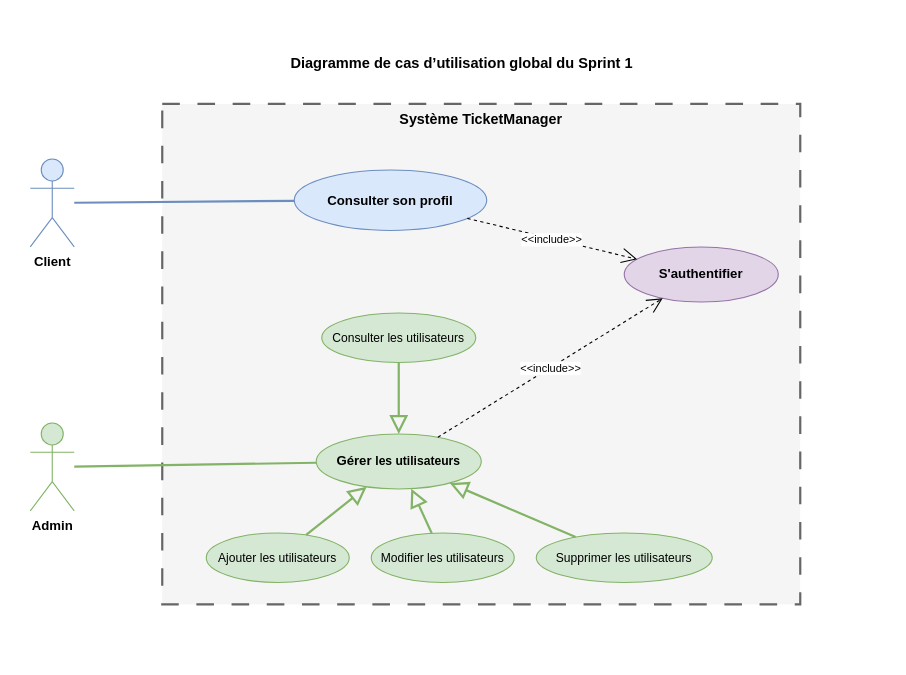
Before: docs/diagrammes/cas-utilisation-l1-cs1.drawio in amelbenhazem/TicketManager, a draw.io diagram. Source tidied: cells renumbered, new cells numbered last; positions are measured from the earlier drawing's top-left corner, leaving out a move shared by most shapes. Both pictures are drawn from the tidied source at 110%, with x=0, y=0 at pixel (19, 18).
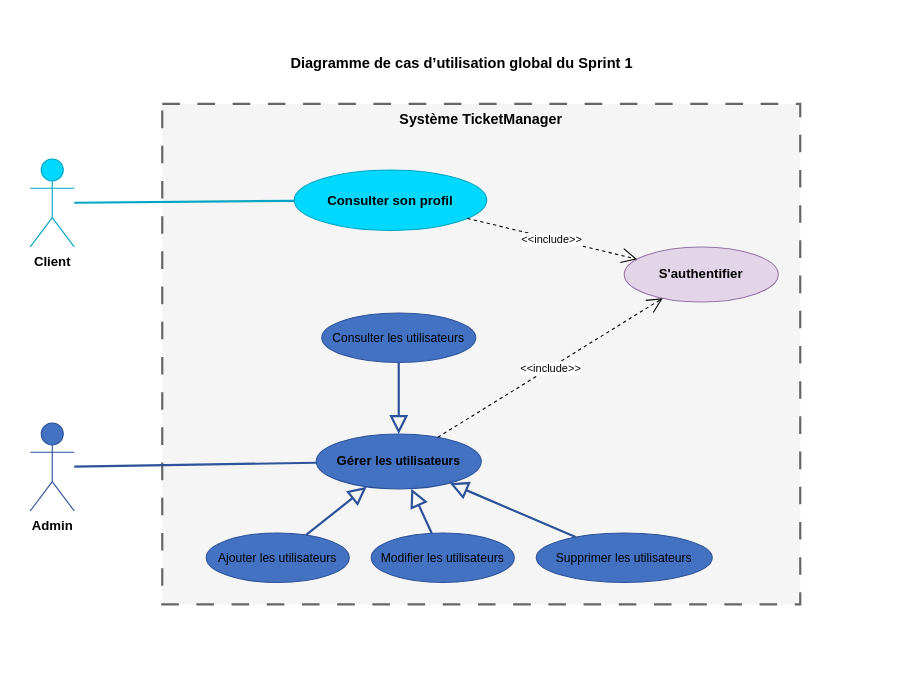
The same page after the edit.

Diff of the diagram source:
```diff
@@
-    <mxCell id="5" value="Client" style="shape=umlActor;verticalLabelPosition=bottom;verticalAlign=top;html=1;outlineConnect=0;fillColor=#dae8fc;strokeColor=#6c8ebf;fontStyle=1;fontColor=#000000;" parent="1" vertex="1">
+    <mxCell id="5" value="Client" style="shape=umlActor;verticalLabelPosition=bottom;verticalAlign=top;html=1;outlineConnect=0;fillColor=#00d8ff;strokeColor=#00a5c4;fontStyle=1;fontColor=#000000;" parent="1" vertex="1">
       <mxGeometry x="10" y="128" width="40" height="80" as="geometry" />
     </mxCell>
-    <mxCell id="6" value="Admin" style="shape=umlActor;verticalLabelPosition=bottom;verticalAlign=top;html=1;outlineConnect=0;fillColor=#d5e8d4;strokeColor=#82b366;fontStyle=1;fontColor=#000000;" parent="1" vertex="1">
+    <mxCell id="6" value="Admin" style="shape=umlActor;verticalLabelPosition=bottom;verticalAlign=top;html=1;outlineConnect=0;fillColor=#4372c2;strokeColor=#2d5299;fontStyle=1;fontColor=#000000;" parent="1" vertex="1">
       <mxGeometry x="10" y="368" width="40" height="80" as="geometry" />
     </mxCell>
-    <mxCell id="7" value="Consulter son profil" style="ellipse;whiteSpace=wrap;html=1;fillColor=#dae8fc;strokeColor=#6c8ebf;fontStyle=1;fontSize=12;fontColor=#000000;" parent="1" vertex="1">
+    <mxCell id="7" value="Consulter son profil" style="ellipse;whiteSpace=wrap;html=1;fillColor=#00d8ff;strokeColor=#00a5c4;fontStyle=1;fontSize=12;fontColor=#000000;" parent="1" vertex="1">
       <mxGeometry x="250" y="138" width="175" height="55" as="geometry" />
     </mxCell>
@@
-    <mxCell id="9" value="Gérer&amp;nbsp;&lt;span style=&quot;font-size: 11px;&quot;&gt;les utilisateurs&lt;/span&gt;" style="ellipse;whiteSpace=wrap;html=1;fillColor=#d5e8d4;strokeColor=#82b366;fontStyle=1;fontSize=12;fontColor=#000000;" parent="1" vertex="1">
+    <mxCell id="9" value="Gérer&amp;nbsp;&lt;span style=&quot;font-size: 11px;&quot;&gt;les utilisateurs&lt;/span&gt;" style="ellipse;whiteSpace=wrap;html=1;fillColor=#4372c2;strokeColor=#2d5299;fontStyle=1;fontSize=12;fontColor=#000000;" parent="1" vertex="1">
       <mxGeometry x="270" y="378" width="150" height="50" as="geometry" />
     </mxCell>
-    <mxCell id="10" value="Ajouter les utilisateurs" style="ellipse;whiteSpace=wrap;html=1;fillColor=#d5e8d4;strokeColor=#82b366;fontSize=11;fontColor=#000000;" parent="1" vertex="1">
+    <mxCell id="10" value="Ajouter les utilisateurs" style="ellipse;whiteSpace=wrap;html=1;fillColor=#4372c2;strokeColor=#2d5299;fontSize=11;fontColor=#000000;" parent="1" vertex="1">
       <mxGeometry x="170" y="468" width="130" height="45" as="geometry" />
     </mxCell>
-    <mxCell id="11" value="Modifier les utilisateurs" style="ellipse;whiteSpace=wrap;html=1;fillColor=#d5e8d4;strokeColor=#82b366;fontSize=11;fontColor=#000000;" parent="1" vertex="1">
+    <mxCell id="11" value="Modifier les utilisateurs" style="ellipse;whiteSpace=wrap;html=1;fillColor=#4372c2;strokeColor=#2d5299;fontSize=11;fontColor=#000000;" parent="1" vertex="1">
       <mxGeometry x="320" y="468" width="130" height="45" as="geometry" />
     </mxCell>
-    <mxCell id="12" value="Supprimer les utilisateurs" style="ellipse;whiteSpace=wrap;html=1;fillColor=#d5e8d4;strokeColor=#82b366;fontSize=11;fontColor=#000000;" parent="1" vertex="1">
+    <mxCell id="12" value="Supprimer les utilisateurs" style="ellipse;whiteSpace=wrap;html=1;fillColor=#4372c2;strokeColor=#2d5299;fontSize=11;fontColor=#000000;" parent="1" vertex="1">
       <mxGeometry x="470" y="468" width="160" height="45" as="geometry" />
     </mxCell>
-    <mxCell id="13" value="Consulter les utilisateurs" style="ellipse;whiteSpace=wrap;html=1;fillColor=#d5e8d4;strokeColor=#82b366;fontSize=11;fontColor=#000000;" parent="1" vertex="1">
+    <mxCell id="13" value="Consulter les utilisateurs" style="ellipse;whiteSpace=wrap;html=1;fillColor=#4372c2;strokeColor=#2d5299;fontSize=11;fontColor=#000000;" parent="1" vertex="1">
       <mxGeometry x="275" y="268" width="140" height="45" as="geometry" />
     </mxCell>
-    <mxCell id="14" style="endArrow=none;html=1;strokeColor=#6c8ebf;strokeWidth=2;" parent="1" edge="1" source="5" target="7">
+    <mxCell id="14" style="endArrow=none;html=1;strokeColor=#00a5c4;strokeWidth=2;" parent="1" edge="1" source="5" target="7">
       <mxGeometry relative="1" as="geometry" />
     </mxCell>
-    <mxCell id="15" style="endArrow=none;html=1;strokeColor=#82b366;strokeWidth=2;" parent="1" edge="1" source="6" target="9">
+    <mxCell id="15" style="endArrow=none;html=1;strokeColor=#2d5299;strokeWidth=2;" parent="1" edge="1" source="6" target="9">
       <mxGeometry relative="1" as="geometry" />
     </mxCell>
@@
-    <mxCell id="18" style="endArrow=block;endFill=0;endSize=12;html=1;rounded=0;strokeColor=#82b366;strokeWidth=2;" parent="1" edge="1" source="10" target="9">
+    <mxCell id="18" style="endArrow=block;endFill=0;endSize=12;html=1;rounded=0;strokeColor=#2d5299;strokeWidth=2;" parent="1" edge="1" source="10" target="9">
       <mxGeometry relative="1" as="geometry" />
     </mxCell>
-    <mxCell id="19" style="endArrow=block;endFill=0;endSize=12;html=1;rounded=0;strokeColor=#82b366;strokeWidth=2;" parent="1" edge="1" source="11" target="9">
+    <mxCell id="19" style="endArrow=block;endFill=0;endSize=12;html=1;rounded=0;strokeColor=#2d5299;strokeWidth=2;" parent="1" edge="1" source="11" target="9">
       <mxGeometry relative="1" as="geometry" />
     </mxCell>
-    <mxCell id="20" style="endArrow=block;endFill=0;endSize=12;html=1;rounded=0;strokeColor=#82b366;strokeWidth=2;" parent="1" edge="1" source="12" target="9">
+    <mxCell id="20" style="endArrow=block;endFill=0;endSize=12;html=1;rounded=0;strokeColor=#2d5299;strokeWidth=2;" parent="1" edge="1" source="12" target="9">
       <mxGeometry relative="1" as="geometry" />
     </mxCell>
-    <mxCell id="21" style="endArrow=block;endFill=0;endSize=12;html=1;rounded=0;strokeColor=#82b366;strokeWidth=2;" parent="1" edge="1" source="13" target="9">
+    <mxCell id="21" style="endArrow=block;endFill=0;endSize=12;html=1;rounded=0;strokeColor=#2d5299;strokeWidth=2;" parent="1" edge="1" source="13" target="9">
       <mxGeometry relative="1" as="geometry" />
     </mxCell>
```
